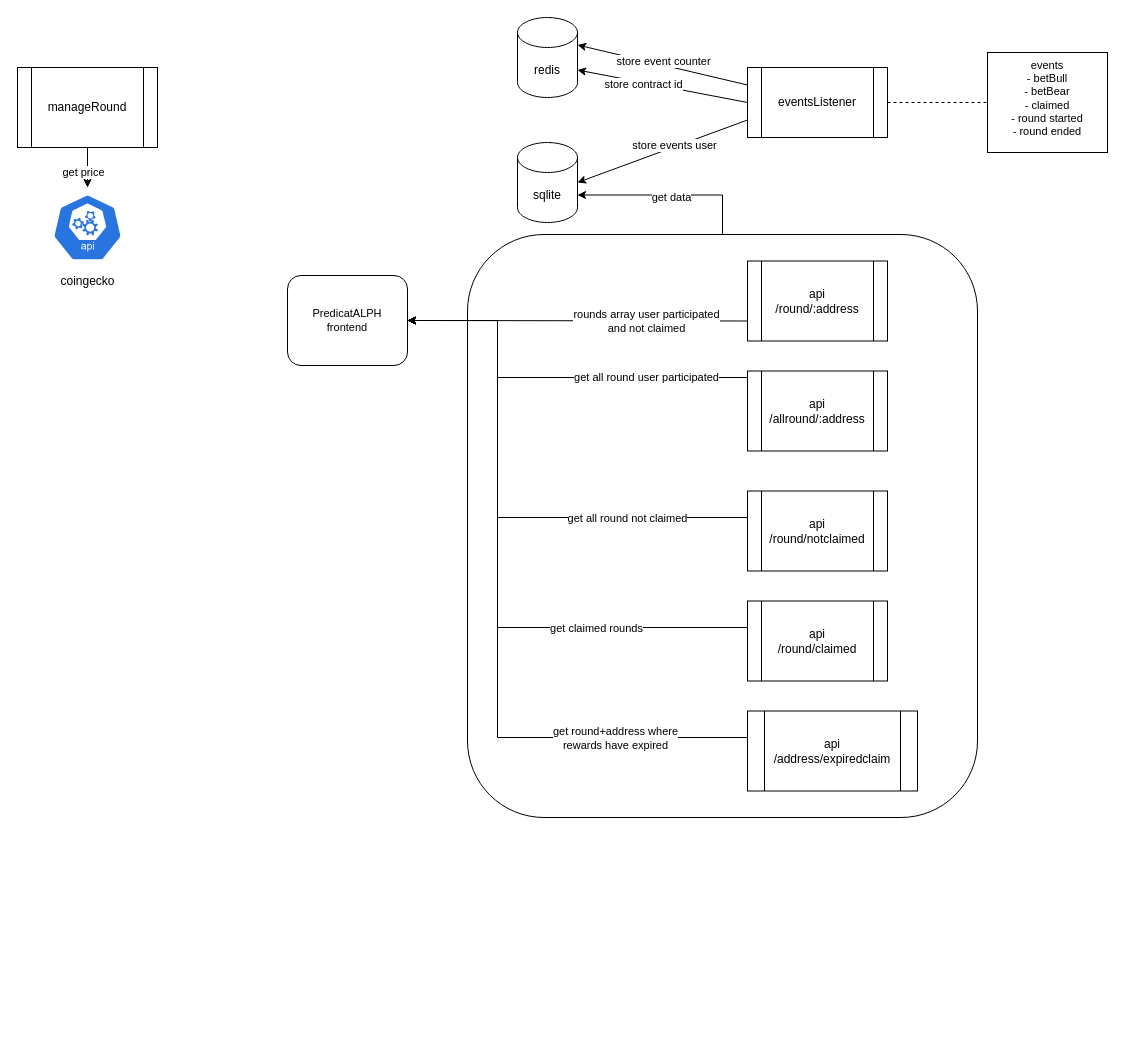
Before: page "Page-1" (1 of 6) of docs/diagram.drawio in notrustverify/predictalph-contracts, a draw.io diagram. Source tidied: cells renumbered, new cells numbered last; positions are measured from the earlier drawing's top-left corner, leaving out a move shared by most shapes. Both pictures are drawn from the tidied source at 100%, with x=0, y=0 at pixel (17, 17).
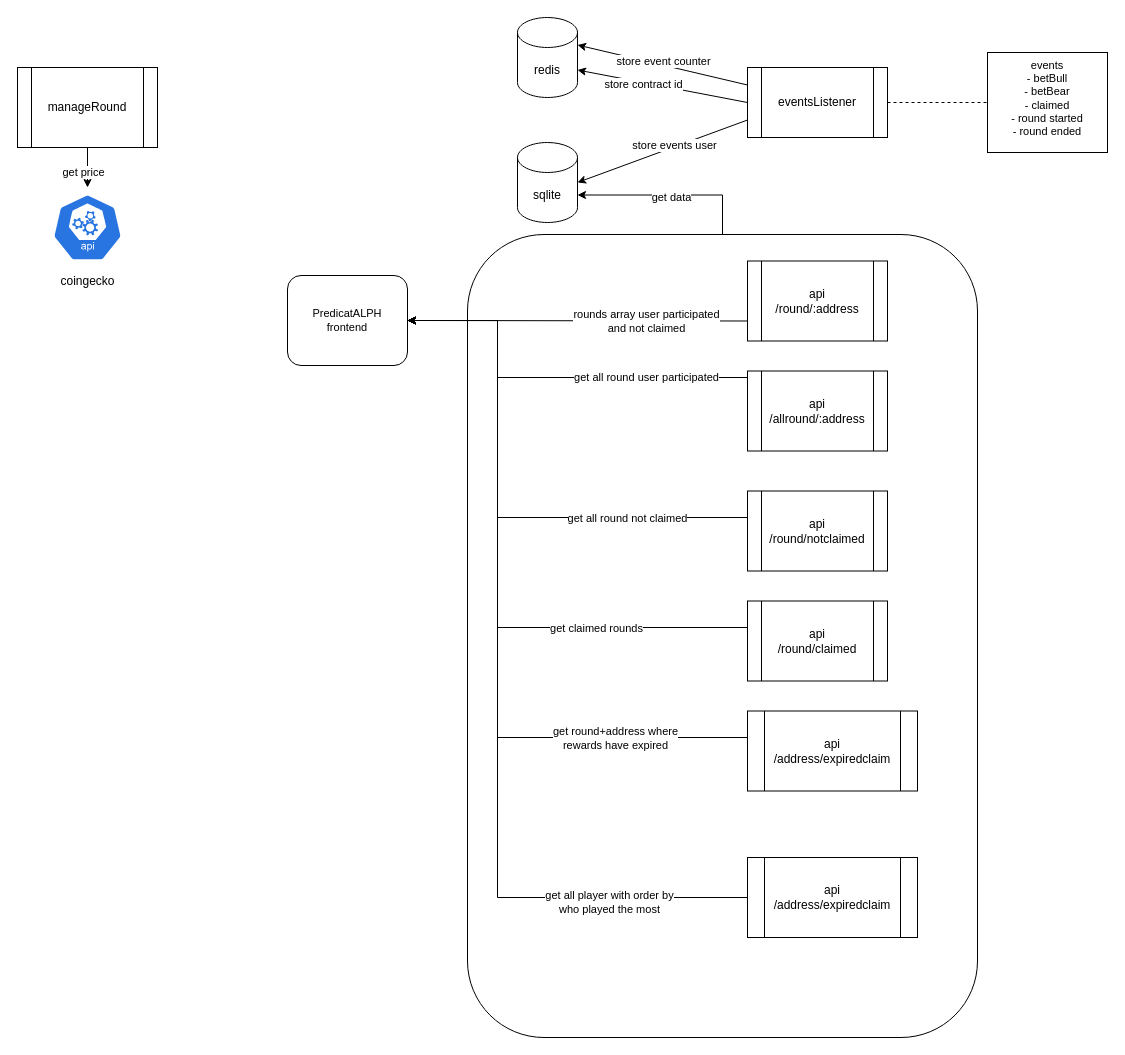
Above is the later version.

Commit message (it also covers changes not shown here):
fix: simplify addresses top player

The change refers to these unchanged cells:
```xml
<mxCell id="19" value="PredicatALPH&lt;br&gt;frontend" style="rounded=1;whiteSpace=wrap;html=1;labelBackgroundColor=none;fontFamily=Helvetica;fontSize=11;" parent="1" vertex="1">
  <mxGeometry x="270" y="258" width="120" height="90" as="geometry" />
</mxCell>
```

Diff of the diagram source:
```diff
@@
     <mxCell id="4" style="rounded=1;whiteSpace=wrap;html=1;fillColor=none;" parent="1" vertex="1">
-      <mxGeometry x="450" y="217" width="510" height="583" as="geometry" />
+      <mxGeometry x="450" y="217" width="510" height="803" as="geometry" />
     </mxCell>
@@
+    <mxCell id="36" style="edgeStyle=orthogonalEdgeStyle;rounded=0;jettySize=auto;html=1;exitX=0;exitY=0.5;exitDx=0;exitDy=0;entryX=1;entryY=0.5;entryDx=0;entryDy=0;" parent="1" edge="1" source="38" target="19">
+      <mxGeometry relative="1" as="geometry">
+        <Array as="points">
+          <mxPoint x="480" y="880" />
+          <mxPoint x="480" y="303" />
+        </Array>
+      </mxGeometry>
+    </mxCell>
+    <mxCell id="37" value="get all player with order by&lt;br&gt;who played the most" style="edgeLabel;html=1;align=center;verticalAlign=middle;" parent="36" vertex="1">
+      <mxGeometry x="-0.76" y="4" relative="1" as="geometry">
+        <mxPoint x="-29" as="offset" />
+      </mxGeometry>
+    </mxCell>
+    <mxCell id="38" value="api&lt;br&gt;/address/expiredclaim" style="shape=process;whiteSpace=wrap;html=1;backgroundOutline=1;" parent="1" vertex="1">
+      <mxGeometry x="730" y="840" width="170" height="80" as="geometry" />
+    </mxCell>
```
